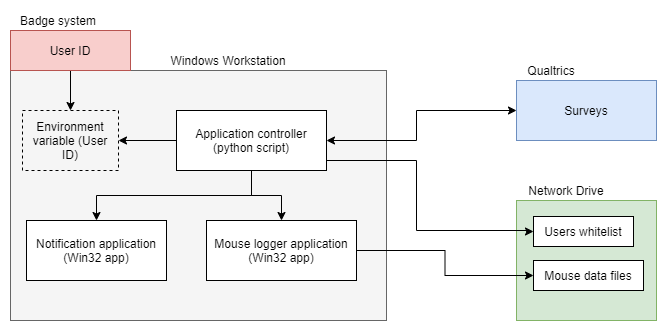
The draw.io diagram img/architecture.png in PervasiveWellbeingTech/windows-logger-app-v2, before a commit. Source tidied: cells renumbered, new cells last; positions are measured from the earlier drawing's top-left corner, leaving out a move shared by most shapes. The source it was exported from:
```xml
<mxGraphModel>
  <root>
    <mxCell id="0" />
    <mxCell id="1" parent="0" />
    <mxCell id="2" style="rounded=0;whiteSpace=wrap;html=1;strokeColor=#82b366;fillColor=#d5e8d4;" parent="1" vertex="1">
      <mxGeometry x="506" y="190" width="140" height="120" as="geometry" />
    </mxCell>
    <mxCell id="3" style="rounded=0;whiteSpace=wrap;html=1;fillColor=#f5f5f5;strokeColor=#666666;fontColor=#333333;" parent="1" vertex="1">
      <mxGeometry y="60" width="376" height="250" as="geometry" />
    </mxCell>
    <mxCell id="4" value="Windows Workstation" style="text;html=1;strokeColor=none;fillColor=none;align=center;verticalAlign=middle;whiteSpace=wrap;rounded=0;" parent="1" vertex="1">
      <mxGeometry x="156" y="40" width="124" height="20" as="geometry" />
    </mxCell>
    <mxCell id="5" style="edgeStyle=orthogonalEdgeStyle;rounded=0;jettySize=auto;html=1;exitX=0.5;exitY=1;exitDx=0;exitDy=0;entryX=0.5;entryY=0;entryDx=0;entryDy=0;" parent="1" edge="1" source="6" target="8">
      <mxGeometry relative="1" as="geometry" />
    </mxCell>
    <mxCell id="6" value="User ID" style="rounded=0;whiteSpace=wrap;html=1;fillColor=#f8cecc;strokeColor=#b85450;" parent="1" vertex="1">
      <mxGeometry y="20" width="120" height="40" as="geometry" />
    </mxCell>
    <mxCell id="7" value="Badge system" style="text;html=1;strokeColor=none;fillColor=none;align=center;verticalAlign=middle;whiteSpace=wrap;rounded=0;" parent="1" vertex="1">
      <mxGeometry width="96" height="20" as="geometry" />
    </mxCell>
    <mxCell id="8" value="Environment variable (User ID)" style="text;html=1;align=center;verticalAlign=middle;whiteSpace=wrap;rounded=0;dashed=1;strokeColor=#000000;" parent="1" vertex="1">
      <mxGeometry x="12" y="100" width="96" height="60" as="geometry" />
    </mxCell>
    <mxCell id="9" style="edgeStyle=orthogonalEdgeStyle;rounded=0;jettySize=auto;html=1;exitX=0.5;exitY=1;exitDx=0;exitDy=0;" parent="1" edge="1" source="14" target="15">
      <mxGeometry relative="1" as="geometry" />
    </mxCell>
    <mxCell id="10" style="edgeStyle=orthogonalEdgeStyle;rounded=0;jettySize=auto;html=1;exitX=0.5;exitY=1;exitDx=0;exitDy=0;" parent="1" edge="1" source="14" target="17">
      <mxGeometry relative="1" as="geometry" />
    </mxCell>
    <mxCell id="11" style="edgeStyle=orthogonalEdgeStyle;rounded=0;jettySize=auto;html=1;exitX=0;exitY=0.5;exitDx=0;exitDy=0;entryX=1;entryY=0.5;entryDx=0;entryDy=0;" parent="1" edge="1" source="14" target="8">
      <mxGeometry relative="1" as="geometry" />
    </mxCell>
    <mxCell id="12" style="edgeStyle=orthogonalEdgeStyle;rounded=0;jettySize=auto;html=1;exitX=1;exitY=0.5;exitDx=0;exitDy=0;entryX=0;entryY=0.5;entryDx=0;entryDy=0;startArrow=classic;startFill=1;" parent="1" edge="1" source="14" target="18">
      <mxGeometry relative="1" as="geometry">
        <Array as="points">
          <mxPoint x="406" y="130" />
          <mxPoint x="406" y="100" />
        </Array>
      </mxGeometry>
    </mxCell>
    <mxCell id="13" style="edgeStyle=orthogonalEdgeStyle;rounded=0;jettySize=auto;html=1;exitX=1;exitY=0.5;exitDx=0;exitDy=0;entryX=0;entryY=0.5;entryDx=0;entryDy=0;" parent="1" edge="1" source="14" target="21">
      <mxGeometry relative="1" as="geometry">
        <Array as="points">
          <mxPoint x="316" y="150" />
          <mxPoint x="406" y="150" />
          <mxPoint x="406" y="220" />
          <mxPoint x="516" y="220" />
          <mxPoint x="516" y="221" />
        </Array>
      </mxGeometry>
    </mxCell>
    <mxCell id="14" value="Application controller (python script)" style="rounded=0;whiteSpace=wrap;html=1;strokeColor=#000000;" parent="1" vertex="1">
      <mxGeometry x="166" y="100" width="150" height="60" as="geometry" />
    </mxCell>
    <mxCell id="15" value="Notification application (Win32 app)" style="rounded=0;whiteSpace=wrap;html=1;strokeColor=#000000;" parent="1" vertex="1">
      <mxGeometry x="16" y="210" width="140" height="60" as="geometry" />
    </mxCell>
    <mxCell id="16" style="edgeStyle=orthogonalEdgeStyle;rounded=0;jettySize=auto;html=1;exitX=1;exitY=0.5;exitDx=0;exitDy=0;entryX=0;entryY=0.5;entryDx=0;entryDy=0;" parent="1" edge="1" source="17" target="22">
      <mxGeometry relative="1" as="geometry" />
    </mxCell>
    <mxCell id="17" value="Mouse logger application (Win32 app)" style="rounded=0;whiteSpace=wrap;html=1;strokeColor=#000000;" parent="1" vertex="1">
      <mxGeometry x="196" y="210" width="150" height="60" as="geometry" />
    </mxCell>
    <mxCell id="18" value="Surveys" style="rounded=0;whiteSpace=wrap;html=1;strokeColor=#6c8ebf;fillColor=#dae8fc;" parent="1" vertex="1">
      <mxGeometry x="506" y="70" width="140" height="60" as="geometry" />
    </mxCell>
    <mxCell id="19" value="Qualtrics" style="text;html=1;strokeColor=none;fillColor=none;align=center;verticalAlign=middle;whiteSpace=wrap;rounded=0;" parent="1" vertex="1">
      <mxGeometry x="506" y="50" width="70" height="20" as="geometry" />
    </mxCell>
    <mxCell id="20" value="Network Drive" style="text;html=1;strokeColor=none;fillColor=none;align=center;verticalAlign=middle;whiteSpace=wrap;rounded=0;" parent="1" vertex="1">
      <mxGeometry x="506" y="170" width="100" height="20" as="geometry" />
    </mxCell>
    <mxCell id="21" value="Users whitelist" style="rounded=0;whiteSpace=wrap;html=1;strokeColor=#000000;" parent="1" vertex="1">
      <mxGeometry x="523" y="206" width="100" height="30" as="geometry" />
    </mxCell>
    <mxCell id="22" value="Mouse data files" style="rounded=0;whiteSpace=wrap;html=1;strokeColor=#000000;" parent="1" vertex="1">
      <mxGeometry x="523" y="250" width="110" height="30" as="geometry" />
    </mxCell>
  </root>
</mxGraphModel>
```
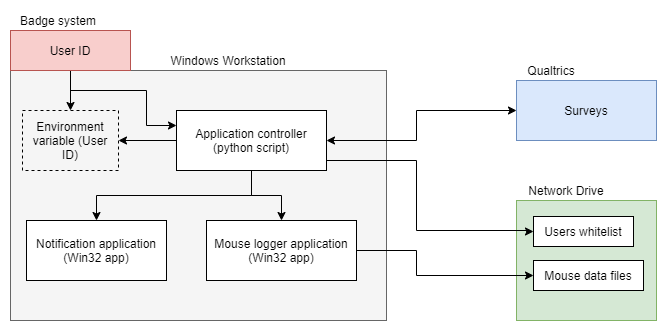
The same diagram one commit later.

The edit, as a diff of the source:
```diff
@@ -14,6 +14,15 @@
     <mxCell id="5" style="edgeStyle=orthogonalEdgeStyle;rounded=0;jettySize=auto;html=1;exitX=0.5;exitY=1;exitDx=0;exitDy=0;entryX=0.5;entryY=0;entryDx=0;entryDy=0;" parent="1" edge="1" source="6" target="8">
       <mxGeometry relative="1" as="geometry" />
     </mxCell>
+    <mxCell id="23" style="edgeStyle=orthogonalEdgeStyle;rounded=0;jettySize=auto;html=1;exitX=0.5;exitY=1;exitDx=0;exitDy=0;entryX=0;entryY=0.25;entryDx=0;entryDy=0;" parent="1" edge="1" source="6" target="14">
+      <mxGeometry relative="1" as="geometry">
+        <Array as="points">
+          <mxPoint x="60" y="80" />
+          <mxPoint x="136" y="80" />
+          <mxPoint x="136" y="115" />
+        </Array>
+      </mxGeometry>
+    </mxCell>
     <mxCell id="6" value="User ID" style="rounded=0;whiteSpace=wrap;html=1;fillColor=#f8cecc;strokeColor=#b85450;" parent="1" vertex="1">
       <mxGeometry y="20" width="120" height="40" as="geometry" />
     </mxCell>
@@ -58,7 +67,12 @@
       <mxGeometry x="16" y="210" width="140" height="60" as="geometry" />
     </mxCell>
     <mxCell id="16" style="edgeStyle=orthogonalEdgeStyle;rounded=0;jettySize=auto;html=1;exitX=1;exitY=0.5;exitDx=0;exitDy=0;entryX=0;entryY=0.5;entryDx=0;entryDy=0;" parent="1" edge="1" source="17" target="22">
-      <mxGeometry relative="1" as="geometry" />
+      <mxGeometry relative="1" as="geometry">
+        <Array as="points">
+          <mxPoint x="406" y="240" />
+          <mxPoint x="406" y="265" />
+        </Array>
+      </mxGeometry>
     </mxCell>
     <mxCell id="17" value="Mouse logger application (Win32 app)" style="rounded=0;whiteSpace=wrap;html=1;strokeColor=#000000;" parent="1" vertex="1">
       <mxGeometry x="196" y="210" width="150" height="60" as="geometry" />
```
